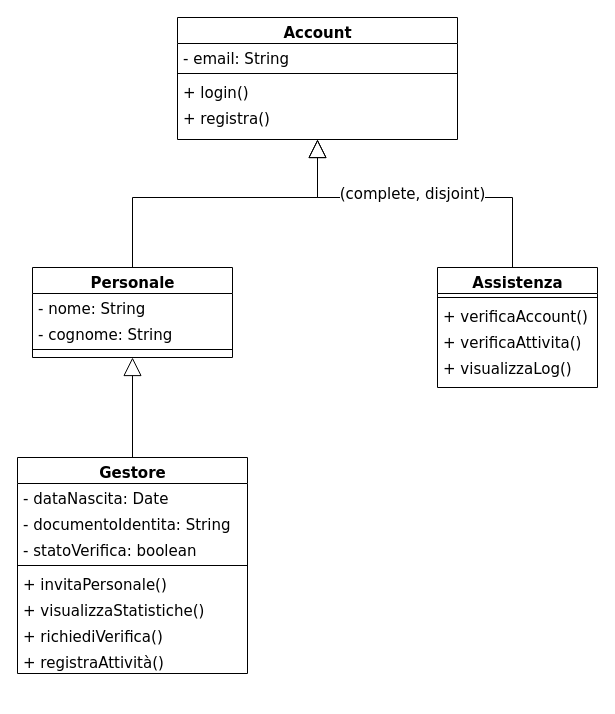
Above: page "Account" (2 of 6) of Dettaglio.drawio in Marco-Burattoni/Progetto-ids (draw.io), before the change. Source tidied: cells renumbered, new cells numbered last; positions are measured from the earlier drawing's top-left corner, leaving out a move shared by most shapes. Both pictures are drawn from the tidied source at 100%, with x=0, y=0 at pixel (17, 17).
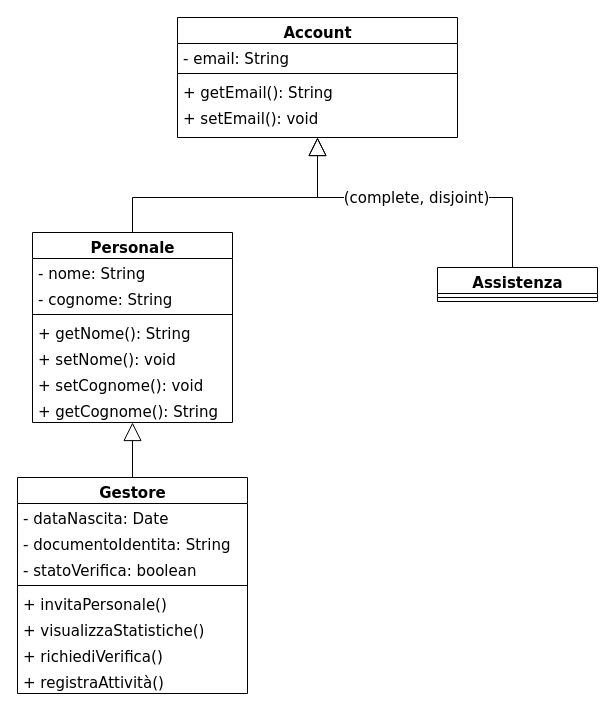
After the change.

What changed in the source:
```diff
@@
     <mxCell id="2" value="Personale" style="swimlane;html=1;fontStyle=1;align=center;verticalAlign=top;horizontal=1;startSize=26;swimlaneFillColor=#ffffff;rounded=0;shadow=0;comic=0;labelBackgroundColor=none;strokeWidth=1;fillColor=none;fontFamily=Verdana;fontSize=15;" parent="1" vertex="1">
-      <mxGeometry x="15" y="250" width="200" height="90" as="geometry" />
+      <mxGeometry x="15" y="215" width="200" height="190" as="geometry" />
     </mxCell>
@@
+    <mxCell id="28" value="+ getNome(): String" style="text;html=1;strokeColor=none;fillColor=none;align=left;verticalAlign=top;spacingLeft=4;spacingRight=4;whiteSpace=wrap;overflow=hidden;fontSize=15;fontFamily=Verdana;" parent="2" vertex="1">
+      <mxGeometry y="86" width="200" height="26" as="geometry" />
+    </mxCell>
+    <mxCell id="29" value="+ setNome(): void" style="text;html=1;strokeColor=none;fillColor=none;align=left;verticalAlign=top;spacingLeft=4;spacingRight=4;whiteSpace=wrap;overflow=hidden;fontSize=15;fontFamily=Verdana;" parent="2" vertex="1">
+      <mxGeometry y="112" width="200" height="26" as="geometry" />
+    </mxCell>
+    <mxCell id="30" value="+ setCognome(): void" style="text;html=1;strokeColor=none;fillColor=none;align=left;verticalAlign=top;spacingLeft=4;spacingRight=4;whiteSpace=wrap;overflow=hidden;fontSize=15;fontFamily=Verdana;" parent="2" vertex="1">
+      <mxGeometry y="138" width="200" height="26" as="geometry" />
+    </mxCell>
+    <mxCell id="31" value="+ getCognome(): String" style="text;html=1;strokeColor=none;fillColor=none;align=left;verticalAlign=top;spacingLeft=4;spacingRight=4;whiteSpace=wrap;overflow=hidden;fontSize=15;fontFamily=Verdana;" parent="2" vertex="1">
+      <mxGeometry y="164" width="200" height="26" as="geometry" />
+    </mxCell>
     <mxCell id="6" value="Gestore" style="swimlane;html=1;fontStyle=1;align=center;verticalAlign=top;horizontal=1;startSize=26;swimlaneFillColor=#ffffff;rounded=0;shadow=0;comic=0;labelBackgroundColor=none;strokeWidth=1;fillColor=none;fontFamily=Verdana;fontSize=15;" parent="1" vertex="1">
-      <mxGeometry y="440" width="230" height="216" as="geometry" />
+      <mxGeometry y="460" width="230" height="216" as="geometry" />
     </mxCell>
@@
     <mxCell id="15" value="Account" style="swimlane;html=1;fontStyle=1;align=center;verticalAlign=top;horizontal=1;startSize=26;swimlaneFillColor=#ffffff;rounded=0;shadow=0;comic=0;labelBackgroundColor=none;strokeWidth=1;fillColor=none;fontFamily=Verdana;fontSize=15;" parent="1" vertex="1">
-      <mxGeometry x="160" width="280" height="122" as="geometry" />
+      <mxGeometry x="160" width="280" height="120" as="geometry" />
     </mxCell>
@@
-    <mxCell id="18" value="+ login()" style="text;html=1;strokeColor=none;fillColor=none;align=left;verticalAlign=top;spacingLeft=4;spacingRight=4;whiteSpace=wrap;overflow=hidden;fontSize=15;fontFamily=Verdana;" parent="15" vertex="1">
-      <mxGeometry y="60" width="280" height="26" as="geometry" />
-    </mxCell>
-    <mxCell id="19" value="+ registra()" style="text;html=1;strokeColor=none;fillColor=none;align=left;verticalAlign=top;spacingLeft=4;spacingRight=4;whiteSpace=wrap;overflow=hidden;fontSize=15;fontFamily=Verdana;" parent="15" vertex="1">
-      <mxGeometry y="86" width="280" height="26" as="geometry" />
-    </mxCell>
+    <mxCell id="32" value="+ getEmail(): String" style="text;html=1;strokeColor=none;fillColor=none;align=left;verticalAlign=top;spacingLeft=4;spacingRight=4;whiteSpace=wrap;overflow=hidden;fontSize=15;fontFamily=Verdana;" parent="15" vertex="1">
+      <mxGeometry y="60" width="280" height="26" as="geometry" />
+    </mxCell>
+    <mxCell id="33" value="+ setEmail(): void" style="text;html=1;strokeColor=none;fillColor=none;align=left;verticalAlign=top;spacingLeft=4;spacingRight=4;whiteSpace=wrap;overflow=hidden;fontSize=15;fontFamily=Verdana;" parent="15" vertex="1">
+      <mxGeometry y="86" width="280" height="26" as="geometry" />
+    </mxCell>
     <mxCell id="20" value="Assistenza" style="swimlane;html=1;fontStyle=1;align=center;verticalAlign=top;horizontal=1;startSize=26;swimlaneFillColor=#ffffff;rounded=0;shadow=0;comic=0;labelBackgroundColor=none;strokeWidth=1;fillColor=none;fontFamily=Verdana;fontSize=15;" parent="1" vertex="1">
-      <mxGeometry x="420" y="250" width="160" height="120" as="geometry" />
+      <mxGeometry x="420" y="250" width="160" height="34" as="geometry" />
     </mxCell>
@@
-    <mxCell id="22" value="+ verificaAccount()" style="text;html=1;strokeColor=none;fillColor=none;align=left;verticalAlign=top;spacingLeft=4;spacingRight=4;whiteSpace=wrap;overflow=hidden;fontSize=15;fontFamily=Verdana;" parent="20" vertex="1">
-      <mxGeometry y="34" width="160" height="26" as="geometry" />
-    </mxCell>
-    <mxCell id="23" value="+ verificaAttivita()" style="text;html=1;strokeColor=none;fillColor=none;align=left;verticalAlign=top;spacingLeft=4;spacingRight=4;whiteSpace=wrap;overflow=hidden;fontSize=15;fontFamily=Verdana;" parent="20" vertex="1">
-      <mxGeometry y="60" width="160" height="26" as="geometry" />
-    </mxCell>
-    <mxCell id="24" value="+ visualizzaLog()" style="text;html=1;strokeColor=none;fillColor=none;align=left;verticalAlign=top;spacingLeft=4;spacingRight=4;whiteSpace=wrap;overflow=hidden;fontSize=15;fontFamily=Verdana;" parent="20" vertex="1">
-      <mxGeometry y="86" width="160" height="26" as="geometry" />
-    </mxCell>
@@
-    <mxCell id="27" value="&#10;&lt;span style=&quot;color: rgb(0, 0, 0); font-family: Verdana; font-size: 15px; font-style: normal; font-variant-ligatures: normal; font-variant-caps: normal; font-weight: 400; letter-spacing: normal; orphans: 2; text-align: center; text-indent: 0px; text-transform: none; widows: 2; word-spacing: 0px; -webkit-text-stroke-width: 0px; background-color: rgb(255, 255, 255); text-decoration-thickness: initial; text-decoration-style: initial; text-decoration-color: initial; float: none; display: inline !important;&quot;&gt;(complete, disjoint)&lt;/span&gt;&#10;&#10;" style="endArrow=block;endSize=16;endFill=0;html=1;rounded=0;fontSize=15;fontFamily=Verdana;edgeStyle=orthogonalEdgeStyle;" parent="1" edge="1" source="20" target="15">
-      <mxGeometry x="0.05" y="5" relative="1" as="geometry">
+    <mxCell id="27" value="&lt;span style=&quot;color: rgb(0, 0, 0); font-family: Verdana; font-size: 15px; font-style: normal; font-variant-ligatures: normal; font-variant-caps: normal; font-weight: 400; letter-spacing: normal; orphans: 2; text-align: center; text-indent: 0px; text-transform: none; widows: 2; word-spacing: 0px; -webkit-text-stroke-width: 0px; background-color: rgb(255, 255, 255); text-decoration-thickness: initial; text-decoration-style: initial; text-decoration-color: initial; float: none; display: inline !important;&quot;&gt;(complete, disjoint)&lt;/span&gt;" style="endArrow=block;endSize=16;endFill=0;html=1;rounded=0;fontSize=15;fontFamily=Verdana;edgeStyle=orthogonalEdgeStyle;" parent="1" edge="1" source="20" target="15">
+      <mxGeometry x="0.02" relative="1" as="geometry">
         <Array as="points">
           <mxPoint x="495" y="180" />
           <mxPoint x="300" y="180" />
         </Array>
       </mxGeometry>
     </mxCell>
```
